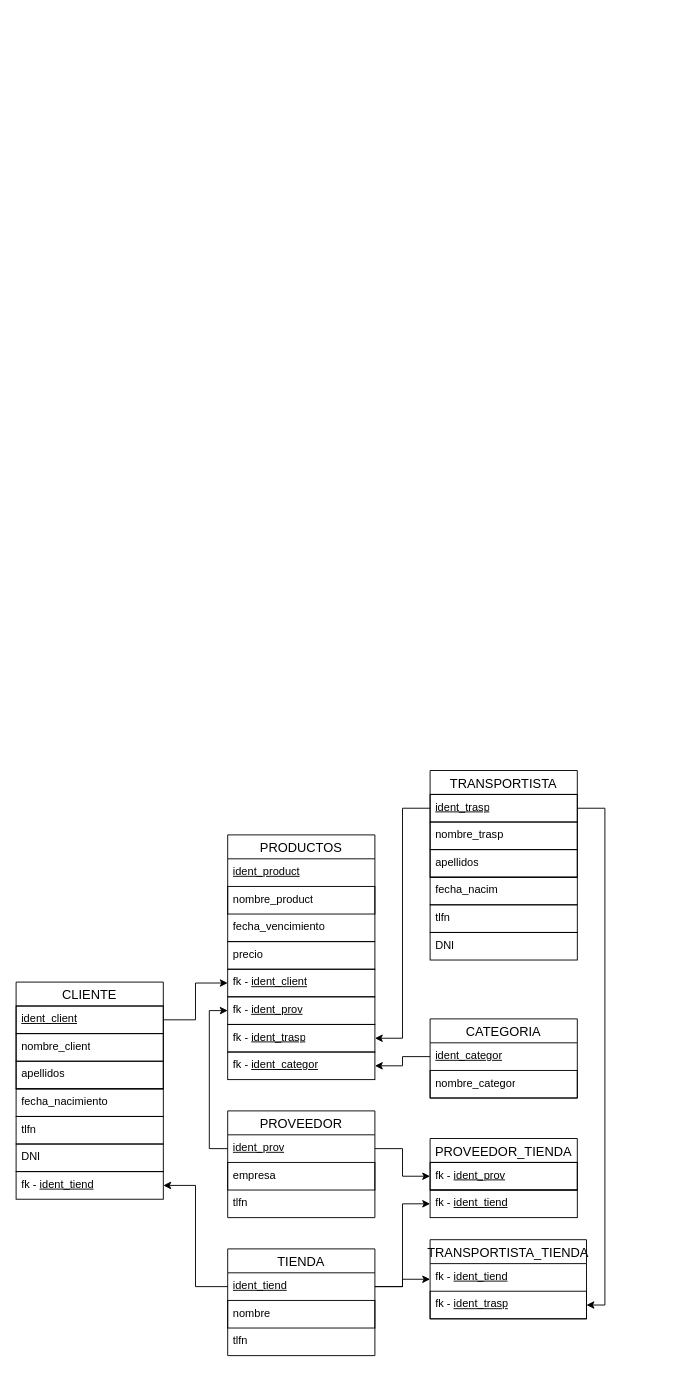
This is Bases_de_Datos/Entidad_Relacion/Diagrama modelo relacional.drawio from UNAI42MB/GRUPO3-UNAI-NELSON-ADRIAN, a draw.io file, before an edit. Source tidied: cells renumbered, new cells numbered last; positions are measured from the earlier drawing's top-left corner, leaving out a move shared by most shapes. Both pictures are drawn from the tidied source at 92%, with x=0, y=0 at pixel (16, 770).
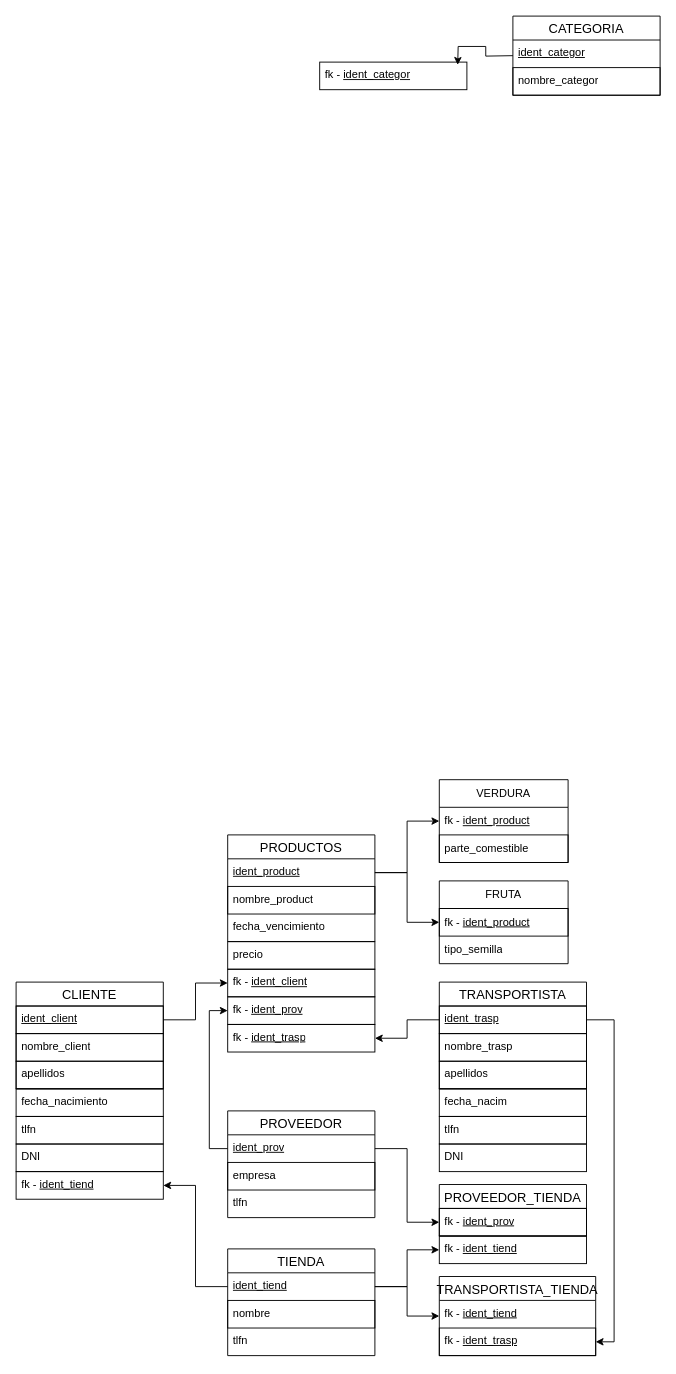
The same diagram, later.

Commit message (it also covers changes not shown here):
Corregimos el DIagrama entidad relacion y el diagrama modelo relacional

Unchanged cells that the change refers to:
```xml
<mxCell id="47" style="group;" parent="1" vertex="1">
  <mxGeometry x="230" y="70" width="160" height="266" as="geometry" />
</mxCell>
<mxCell id="50" value="&lt;u style=&quot;text-align: center;&quot;&gt;ident_product&lt;/u&gt;" style="text;strokeColor=none;fillColor=none;spacingLeft=4;spacingRight=4;overflow=hidden;points=[[0,0.5],[1,0.5]];portConstraint=eastwest;fontSize=12;whiteSpace=wrap;html=1;" parent="49" vertex="1">
  <mxGeometry y="26" width="160" height="30" as="geometry" />
</mxCell>
```

Diff of the diagram source:
```diff
@@
     <mxCell id="10" style="group;" parent="1" vertex="1">
-      <mxGeometry x="450" width="160" height="206" as="geometry" />
+      <mxGeometry x="460" y="230" width="160" height="206" as="geometry" />
     </mxCell>
@@
     <mxCell id="18" value="TRANSPORTISTA_TIENDA" style="swimlane;fontStyle=0;horizontal=1;startSize=26;align=center;fontSize=14;" parent="1" vertex="1">
-      <mxGeometry x="450" y="510" width="170" height="86" as="geometry" />
+      <mxGeometry x="460" y="550" width="170" height="86" as="geometry" />
     </mxCell>
@@
     <mxCell id="35" style="group;" parent="1" vertex="1">
-      <mxGeometry x="450" y="400" width="160" height="86" as="geometry" />
+      <mxGeometry x="460" y="450" width="160" height="86" as="geometry" />
     </mxCell>
@@
-    <mxCell id="43" value="CATEGORIA" style="swimlane;fontStyle=0;horizontal=1;startSize=26;align=center;fontSize=14;" parent="1" vertex="1">
-      <mxGeometry x="450" y="270" width="160" height="86" as="geometry" />
-    </mxCell>
-    <mxCell id="44" value="&lt;u style=&quot;color: light-dark(rgb(0, 0, 0), rgb(255, 255, 255)); text-align: center; background-color: transparent;&quot;&gt;ident_categor&lt;/u&gt;" style="text;strokeColor=none;fillColor=none;spacingLeft=4;spacingRight=4;overflow=hidden;points=[[0,0.5],[1,0.5]];portConstraint=eastwest;fontSize=12;whiteSpace=wrap;html=1;" parent="43" vertex="1">
-      <mxGeometry y="26" width="160" height="30" as="geometry" />
-    </mxCell>
-    <mxCell id="45" value="&lt;div style=&quot;text-align: center;&quot;&gt;&lt;span style=&quot;background-color: transparent; color: light-dark(rgb(0, 0, 0), rgb(255, 255, 255));&quot;&gt;nombre_categor&lt;/span&gt;&lt;/div&gt;" style="text;strokeColor=default;fillColor=none;spacingLeft=4;spacingRight=4;overflow=hidden;fontSize=12;whiteSpace=wrap;html=1;" parent="43" vertex="1">
-      <mxGeometry y="56" width="160" height="30" as="geometry" />
-    </mxCell>
-    <mxCell id="46" style="edgeStyle=orthogonalEdgeStyle;rounded=0;jettySize=auto;html=1;exitX=0;exitY=0.5;exitDx=0;exitDy=0;entryX=1;entryY=0.5;entryDx=0;entryDy=0;" parent="1" edge="1" source="44" target="56">
-      <mxGeometry relative="1" as="geometry" />
-    </mxCell>
@@
+    <mxCell id="57" value="&lt;div style=&quot;text-align: center;&quot;&gt;fk -&amp;nbsp;&lt;u style=&quot;background-color: transparent; color: light-dark(rgb(0, 0, 0), rgb(255, 255, 255));&quot;&gt;ident_trasp&lt;/u&gt;&lt;/div&gt;" style="text;strokeColor=default;fillColor=none;spacingLeft=4;spacingRight=4;overflow=hidden;points=[[0,0.5],[1,0.5]];portConstraint=eastwest;fontSize=12;whiteSpace=wrap;html=1;" parent="47" vertex="1">
+      <mxGeometry y="206" width="160" height="30" as="geometry" />
+    </mxCell>
-    <mxCell id="56" value="&lt;div style=&quot;text-align: center;&quot;&gt;fk -&amp;nbsp;&lt;u style=&quot;background-color: transparent; color: light-dark(rgb(0, 0, 0), rgb(255, 255, 255));&quot;&gt;ident_categor&lt;/u&gt;&lt;/div&gt;" style="text;strokeColor=default;fillColor=none;spacingLeft=4;spacingRight=4;overflow=hidden;points=[[0,0.5],[1,0.5]];portConstraint=eastwest;fontSize=12;whiteSpace=wrap;html=1;" parent="47" vertex="1">
-      <mxGeometry y="236" width="160" height="30" as="geometry" />
+    <mxCell id="56" value="&lt;div style=&quot;text-align: center;&quot;&gt;fk -&amp;nbsp;&lt;u style=&quot;background-color: transparent; color: light-dark(rgb(0, 0, 0), rgb(255, 255, 255));&quot;&gt;ident_categor&lt;/u&gt;&lt;/div&gt;" style="text;strokeColor=default;fillColor=none;spacingLeft=4;spacingRight=4;overflow=hidden;points=[[0,0.5],[1,0.5]];portConstraint=eastwest;fontSize=12;whiteSpace=wrap;html=1;" parent="1" vertex="1">
+      <mxGeometry x="330" y="-770" width="160" height="30" as="geometry" />
     </mxCell>
-    <mxCell id="57" value="&lt;div style=&quot;text-align: center;&quot;&gt;fk -&amp;nbsp;&lt;u style=&quot;background-color: transparent; color: light-dark(rgb(0, 0, 0), rgb(255, 255, 255));&quot;&gt;ident_trasp&lt;/u&gt;&lt;/div&gt;" style="text;strokeColor=default;fillColor=none;spacingLeft=4;spacingRight=4;overflow=hidden;points=[[0,0.5],[1,0.5]];portConstraint=eastwest;fontSize=12;whiteSpace=wrap;html=1;" parent="47" vertex="1">
-      <mxGeometry y="206" width="160" height="30" as="geometry" />
-    </mxCell>
+    <mxCell id="43" value="CATEGORIA" style="swimlane;fontStyle=0;horizontal=1;startSize=26;align=center;fontSize=14;" parent="1" vertex="1">
+      <mxGeometry x="540" y="-820" width="160" height="86" as="geometry" />
+    </mxCell>
+    <mxCell id="44" value="&lt;u style=&quot;color: light-dark(rgb(0, 0, 0), rgb(255, 255, 255)); text-align: center; background-color: transparent;&quot;&gt;ident_categor&lt;/u&gt;" style="text;strokeColor=none;fillColor=none;spacingLeft=4;spacingRight=4;overflow=hidden;points=[[0,0.5],[1,0.5]];portConstraint=eastwest;fontSize=12;whiteSpace=wrap;html=1;" parent="43" vertex="1">
+      <mxGeometry y="26" width="160" height="30" as="geometry" />
+    </mxCell>
+    <mxCell id="45" value="&lt;div style=&quot;text-align: center;&quot;&gt;&lt;span style=&quot;background-color: transparent; color: light-dark(rgb(0, 0, 0), rgb(255, 255, 255));&quot;&gt;nombre_categor&lt;/span&gt;&lt;/div&gt;" style="text;strokeColor=default;fillColor=none;spacingLeft=4;spacingRight=4;overflow=hidden;fontSize=12;whiteSpace=wrap;html=1;" parent="43" vertex="1">
+      <mxGeometry y="56" width="160" height="30" as="geometry" />
+    </mxCell>
+    <mxCell id="58" style="edgeStyle=orthogonalEdgeStyle;rounded=0;orthogonalLoop=1;jettySize=auto;html=1;exitX=0;exitY=0.5;exitDx=0;exitDy=0;entryX=1;entryY=0.5;entryDx=0;entryDy=0;" parent="1" edge="1">
+      <mxGeometry relative="1" as="geometry">
+        <mxPoint x="540" y="-777" as="sourcePoint" />
+        <mxPoint x="480" y="-767" as="targetPoint" />
+      </mxGeometry>
+    </mxCell>
+    <mxCell id="59" value="FRUTA" style="swimlane;fontStyle=0;horizontal=1;startSize=30;whiteSpace=wrap;html=1;" parent="1" vertex="1">
+      <mxGeometry x="460" y="120" width="140" height="90" as="geometry" />
+    </mxCell>
+    <mxCell id="60" value="&lt;span style=&quot;text-align: center;&quot;&gt;fk -&amp;nbsp;&lt;/span&gt;&lt;u style=&quot;text-align: center;&quot;&gt;ident_product&lt;/u&gt;" style="text;strokeColor=default;fillColor=none;align=left;verticalAlign=middle;spacingLeft=4;spacingRight=4;overflow=hidden;points=[[0,0.5],[1,0.5]];portConstraint=eastwest;whiteSpace=wrap;html=1;" parent="59" vertex="1">
+      <mxGeometry y="30" width="140" height="30" as="geometry" />
+    </mxCell>
+    <mxCell id="61" value="tipo_semilla" style="text;strokeColor=none;fillColor=none;align=left;verticalAlign=middle;spacingLeft=4;spacingRight=4;overflow=hidden;whiteSpace=wrap;html=1;" parent="59" vertex="1">
+      <mxGeometry y="60" width="140" height="30" as="geometry" />
+    </mxCell>
+    <mxCell id="62" value="VERDURA" style="swimlane;fontStyle=0;horizontal=1;startSize=30;whiteSpace=wrap;html=1;" parent="1" vertex="1">
+      <mxGeometry x="460" y="10" width="140" height="90" as="geometry" />
+    </mxCell>
+    <mxCell id="63" value="&lt;span style=&quot;text-align: center;&quot;&gt;fk -&amp;nbsp;&lt;/span&gt;&lt;u style=&quot;text-align: center;&quot;&gt;ident_product&lt;/u&gt;" style="text;strokeColor=none;fillColor=none;align=left;verticalAlign=middle;spacingLeft=4;spacingRight=4;overflow=hidden;points=[[0,0.5],[1,0.5]];portConstraint=eastwest;whiteSpace=wrap;html=1;" parent="62" vertex="1">
+      <mxGeometry y="30" width="140" height="30" as="geometry" />
+    </mxCell>
+    <mxCell id="64" value="&lt;span style=&quot;text-align: center;&quot;&gt;parte_comestible&lt;/span&gt;" style="text;strokeColor=default;fillColor=none;align=left;verticalAlign=middle;spacingLeft=4;spacingRight=4;overflow=hidden;whiteSpace=wrap;html=1;" parent="62" vertex="1">
+      <mxGeometry y="60" width="140" height="30" as="geometry" />
+    </mxCell>
+    <mxCell id="65" style="edgeStyle=orthogonalEdgeStyle;rounded=0;jettySize=auto;html=1;exitX=1;exitY=0.5;exitDx=0;exitDy=0;entryX=0;entryY=0.5;entryDx=0;entryDy=0;" parent="1" edge="1" source="50" target="63">
+      <mxGeometry relative="1" as="geometry" />
+    </mxCell>
+    <mxCell id="66" style="edgeStyle=orthogonalEdgeStyle;rounded=0;jettySize=auto;html=1;exitX=1;exitY=0.5;exitDx=0;exitDy=0;entryX=0;entryY=0.5;entryDx=0;entryDy=0;" parent="1" edge="1" source="50" target="60">
+      <mxGeometry relative="1" as="geometry" />
+    </mxCell>
```
